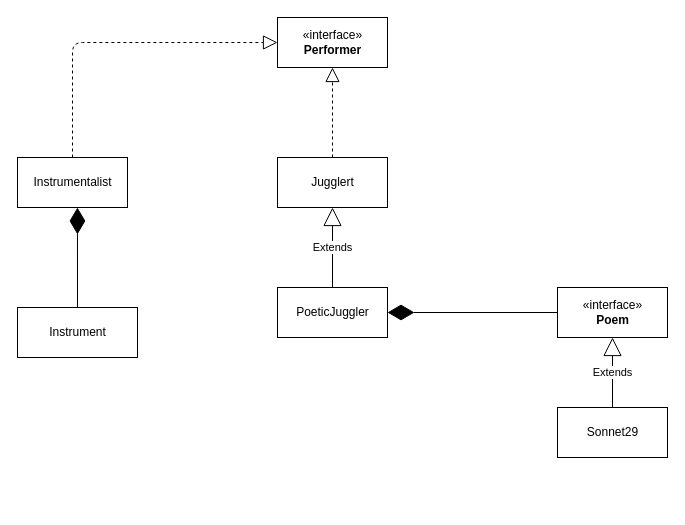
This is src/main/resources/creating-beans.drawio from odin1982/spring, a draw.io file, before an edit. Source tidied: cells renumbered, new cells numbered last; positions are measured from the earlier drawing's top-left corner, leaving out a move shared by most shapes. Both pictures are drawn from the tidied source at 100%, with x=0, y=0 at pixel (17, 17).
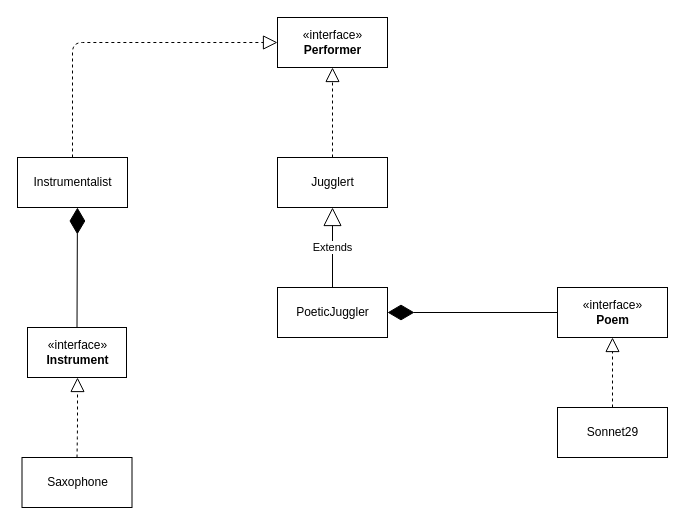
The same page after the edit.

Commit message:
Se agregan entidades al diagrama de clase

Diff of the diagram source:
```diff
@@
 <mxGraphModel>
   <root>
     <mxCell id="0" />
     <mxCell id="1" parent="0" />
     <mxCell id="2" value="«interface»&lt;br&gt;&lt;b&gt;Performer&lt;/b&gt;" style="html=1;" parent="1" vertex="1">
       <mxGeometry x="260" width="110" height="50" as="geometry" />
     </mxCell>
     <mxCell id="3" value="Jugglert" style="html=1;" parent="1" vertex="1">
       <mxGeometry x="260" y="140" width="110" height="50" as="geometry" />
     </mxCell>
     <mxCell id="4" style="endArrow=block;dashed=1;endFill=0;endSize=12;html=1;exitX=0.5;exitY=0;exitDx=0;exitDy=0;entryX=0.5;entryY=1;entryDx=0;entryDy=0;" parent="1" edge="1" source="3" target="2">
       <mxGeometry relative="1" as="geometry" />
     </mxCell>
     <mxCell id="5" value="PoeticJuggler" style="html=1;" parent="1" vertex="1">
       <mxGeometry x="260" y="270" width="110" height="50" as="geometry" />
     </mxCell>
     <mxCell id="6" value="Extends" style="endArrow=block;endSize=16;endFill=0;html=1;exitX=0.5;exitY=0;exitDx=0;exitDy=0;entryX=0.5;entryY=1;entryDx=0;entryDy=0;" parent="1" edge="1" source="5" target="3">
       <mxGeometry relative="1" as="geometry" />
     </mxCell>
     <mxCell id="7" value="«interface»&lt;br&gt;&lt;b&gt;Poem&lt;/b&gt;" style="html=1;" parent="1" vertex="1">
       <mxGeometry x="540" y="270" width="110" height="50" as="geometry" />
     </mxCell>
     <mxCell id="8" value="Sonnet29" style="html=1;" parent="1" vertex="1">
       <mxGeometry x="540" y="390" width="110" height="50" as="geometry" />
     </mxCell>
-    <mxCell id="9" value="Extends" style="endArrow=block;endSize=16;endFill=0;html=1;exitX=0.5;exitY=0;exitDx=0;exitDy=0;entryX=0.5;entryY=1;entryDx=0;entryDy=0;" parent="1" edge="1" source="8" target="7">
-      <mxGeometry relative="1" as="geometry" />
-    </mxCell>
     <mxCell id="10" value="Instrumentalist" style="html=1;" parent="1" vertex="1">
       <mxGeometry y="140" width="110" height="50" as="geometry" />
     </mxCell>
     <mxCell id="11" style="endArrow=block;dashed=1;endFill=0;endSize=12;html=1;entryX=0;entryY=0.5;entryDx=0;entryDy=0;exitX=0.5;exitY=0;exitDx=0;exitDy=0;" parent="1" edge="1" source="10" target="2">
       <mxGeometry relative="1" as="geometry">
         <Array as="points">
           <mxPoint x="55" y="25" />
         </Array>
       </mxGeometry>
     </mxCell>
-    <mxCell id="12" value="Instrument" style="html=1;" parent="1" vertex="1">
-      <mxGeometry y="290" width="120" height="50" as="geometry" />
-    </mxCell>
-    <mxCell id="13" style="endArrow=diamondThin;endFill=1;endSize=24;html=1;entryX=0.545;entryY=1;entryDx=0;entryDy=0;entryPerimeter=0;exitX=0.5;exitY=0;exitDx=0;exitDy=0;" parent="1" edge="1" source="12" target="10">
+    <mxCell id="13" style="endArrow=diamondThin;endFill=1;endSize=24;html=1;entryX=0.545;entryY=1;entryDx=0;entryDy=0;entryPerimeter=0;exitX=0.5;exitY=0;exitDx=0;exitDy=0;" parent="1" edge="1" source="15" target="10">
       <mxGeometry relative="1" as="geometry" />
     </mxCell>
     <mxCell id="14" style="endArrow=diamondThin;endFill=1;endSize=24;html=1;exitX=0;exitY=0.5;exitDx=0;exitDy=0;entryX=1;entryY=0.5;entryDx=0;entryDy=0;" parent="1" edge="1" source="7" target="5">
       <mxGeometry relative="1" as="geometry" />
     </mxCell>
+    <mxCell id="9" style="endArrow=block;dashed=1;endFill=0;endSize=12;html=1;entryX=0.5;entryY=1;entryDx=0;entryDy=0;exitX=0.5;exitY=0;exitDx=0;exitDy=0;" parent="1" edge="1" source="8" target="7">
+      <mxGeometry relative="1" as="geometry" />
+    </mxCell>
+    <mxCell id="15" value="«interface»&lt;br&gt;&lt;b&gt;Instrument&lt;/b&gt;" style="html=1;" parent="1" vertex="1">
+      <mxGeometry x="10" y="310" width="99" height="50" as="geometry" />
+    </mxCell>
+    <mxCell id="16" value="Saxophone" style="html=1;" parent="1" vertex="1">
+      <mxGeometry x="4.5" y="440" width="110" height="50" as="geometry" />
+    </mxCell>
+    <mxCell id="17" style="endArrow=block;dashed=1;endFill=0;endSize=12;html=1;exitX=0.5;exitY=0;exitDx=0;exitDy=0;" parent="1" edge="1" source="16">
+      <mxGeometry relative="1" as="geometry">
+        <mxPoint x="60" y="360" as="targetPoint" />
+        <Array as="points">
+          <mxPoint x="60" y="410" />
+        </Array>
+      </mxGeometry>
+    </mxCell>
   </root>
 </mxGraphModel>
```
